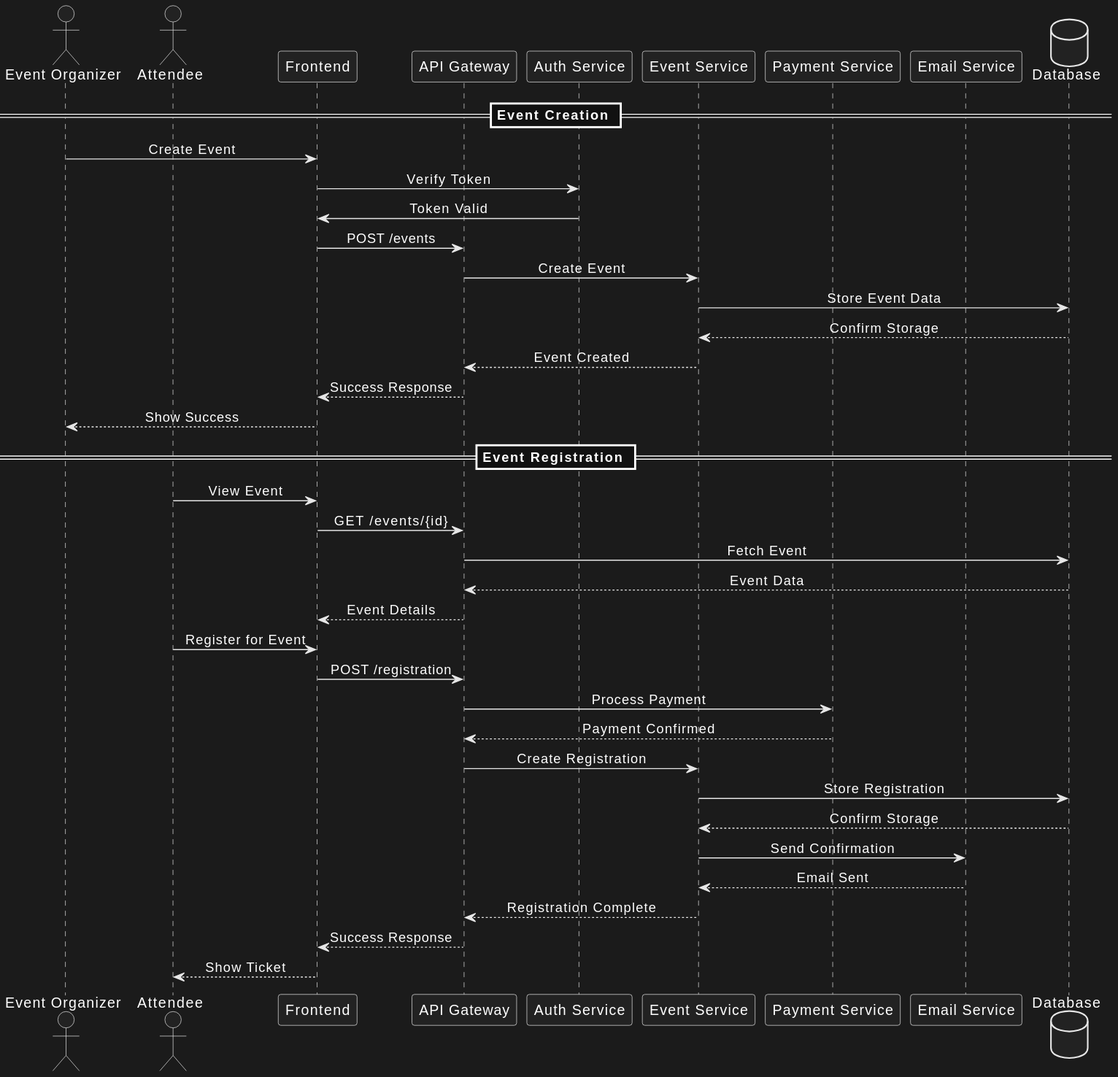
Earlier version of the PlantUML export diagrams/sequence.svg (LazyEllis/eventify). Its diagram source:
```plantuml
@startuml
skinparam sequenceMessageAlign center

actor "Event Organizer" as organizer
actor "Attendee" as attendee
participant "Frontend" as ui
participant "API Gateway" as api
participant "Auth Service" as auth
participant "Event Service" as event
participant "Payment Service" as payment
participant "Email Service" as email
database "Database" as db

== Event Creation ==
organizer -> ui: Create Event
ui -> auth: Verify Token
auth -> ui: Token Valid
ui -> api: POST /events
api -> event: Create Event
event -> db: Store Event Data
db --> event: Confirm Storage
event --> api: Event Created
api --> ui: Success Response
ui --> organizer: Show Success

== Event Registration ==
attendee -> ui: View Event
ui -> api: GET /events/{id}
api -> db: Fetch Event
db --> api: Event Data
api --> ui: Event Details

attendee -> ui: Register for Event
ui -> api: POST /registration
api -> payment: Process Payment
payment --> api: Payment Confirmed
api -> event: Create Registration
event -> db: Store Registration
db --> event: Confirm Storage
event -> email: Send Confirmation
email --> event: Email Sent
event --> api: Registration Complete
api --> ui: Success Response
ui --> attendee: Show Ticket
@enduml
```
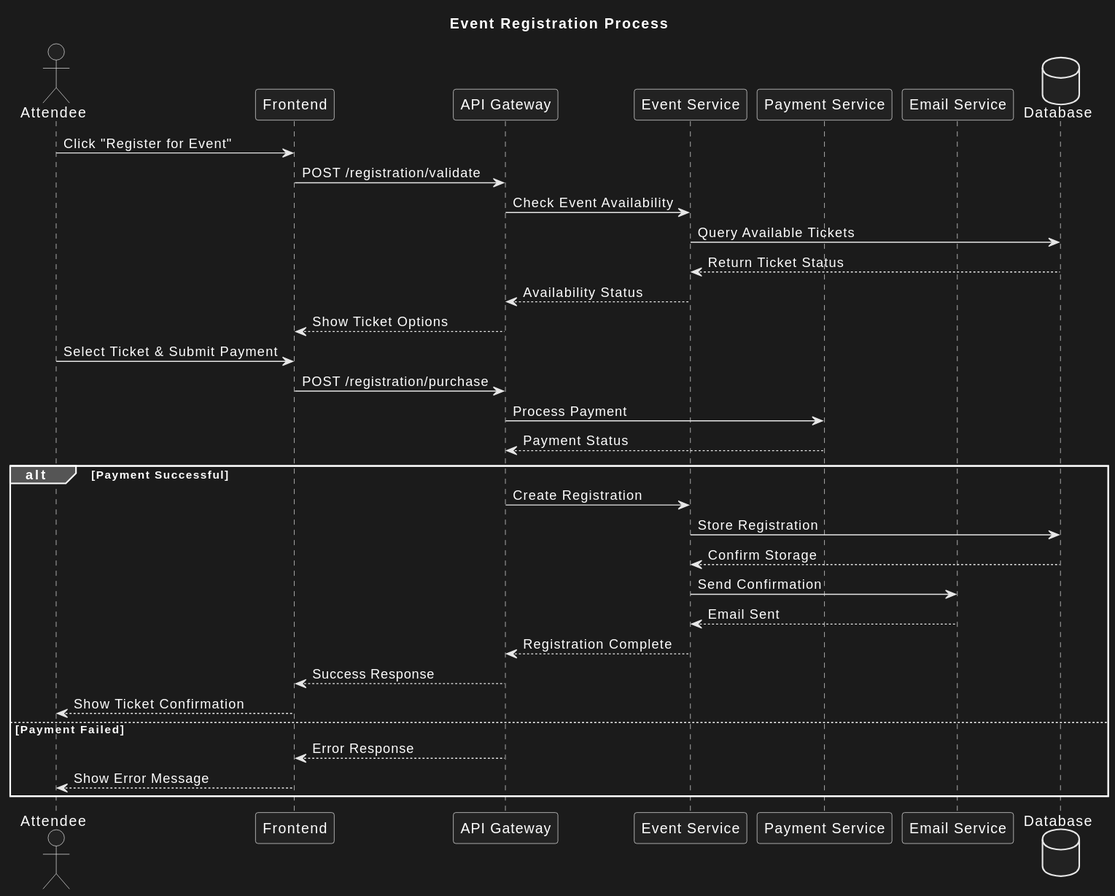
The same diagram one commit later.

Commit message:
Update Activity and Sequence diagrams

Adjusted the activity and sequence diagrams so that they are focused on
a single aspect of the system. This will make them easier to understand
and more useful for the reader.

What changed in the source:
```diff
@@ -1,45 +1,38 @@
 @startuml
-skinparam sequenceMessageAlign center
+actor "Attendee" as attendee
+  participant "Frontend" as ui
+  participant "API Gateway" as api
+  participant "Event Service" as event
+  participant "Payment Service" as payment
+  participant "Email Service" as email
+  database "Database" as db
 
-actor "Event Organizer" as organizer
-actor "Attendee" as attendee
-participant "Frontend" as ui
-participant "API Gateway" as api
-participant "Auth Service" as auth
-participant "Event Service" as event
-participant "Payment Service" as payment
-participant "Email Service" as email
-database "Database" as db
+  title Event Registration Process
 
-== Event Creation ==
-organizer -> ui: Create Event
-ui -> auth: Verify Token
-auth -> ui: Token Valid
-ui -> api: POST /events
-api -> event: Create Event
-event -> db: Store Event Data
-db --> event: Confirm Storage
-event --> api: Event Created
-api --> ui: Success Response
-ui --> organizer: Show Success
+  attendee -> ui: Click "Register for Event"
+  ui -> api: POST /registration/validate
+  api -> event: Check Event Availability
+  event -> db: Query Available Tickets
+  db --> event: Return Ticket Status
+  event --> api: Availability Status
+  api --> ui: Show Ticket Options
 
-== Event Registration ==
-attendee -> ui: View Event
-ui -> api: GET /events/{id}
-api -> db: Fetch Event
-db --> api: Event Data
-api --> ui: Event Details
+  attendee -> ui: Select Ticket & Submit Payment
+  ui -> api: POST /registration/purchase
+  api -> payment: Process Payment
+  payment --> api: Payment Status
 
-attendee -> ui: Register for Event
-ui -> api: POST /registration
-api -> payment: Process Payment
-payment --> api: Payment Confirmed
-api -> event: Create Registration
-event -> db: Store Registration
-db --> event: Confirm Storage
-event -> email: Send Confirmation
-email --> event: Email Sent
-event --> api: Registration Complete
-api --> ui: Success Response
-ui --> attendee: Show Ticket
+  alt Payment Successful
+      api -> event: Create Registration
+      event -> db: Store Registration
+      db --> event: Confirm Storage
+      event -> email: Send Confirmation
+      email --> event: Email Sent
+      event --> api: Registration Complete
+      api --> ui: Success Response
+      ui --> attendee: Show Ticket Confirmation
+  else Payment Failed
+      api --> ui: Error Response
+      ui --> attendee: Show Error Message
+  end
 @enduml
```
